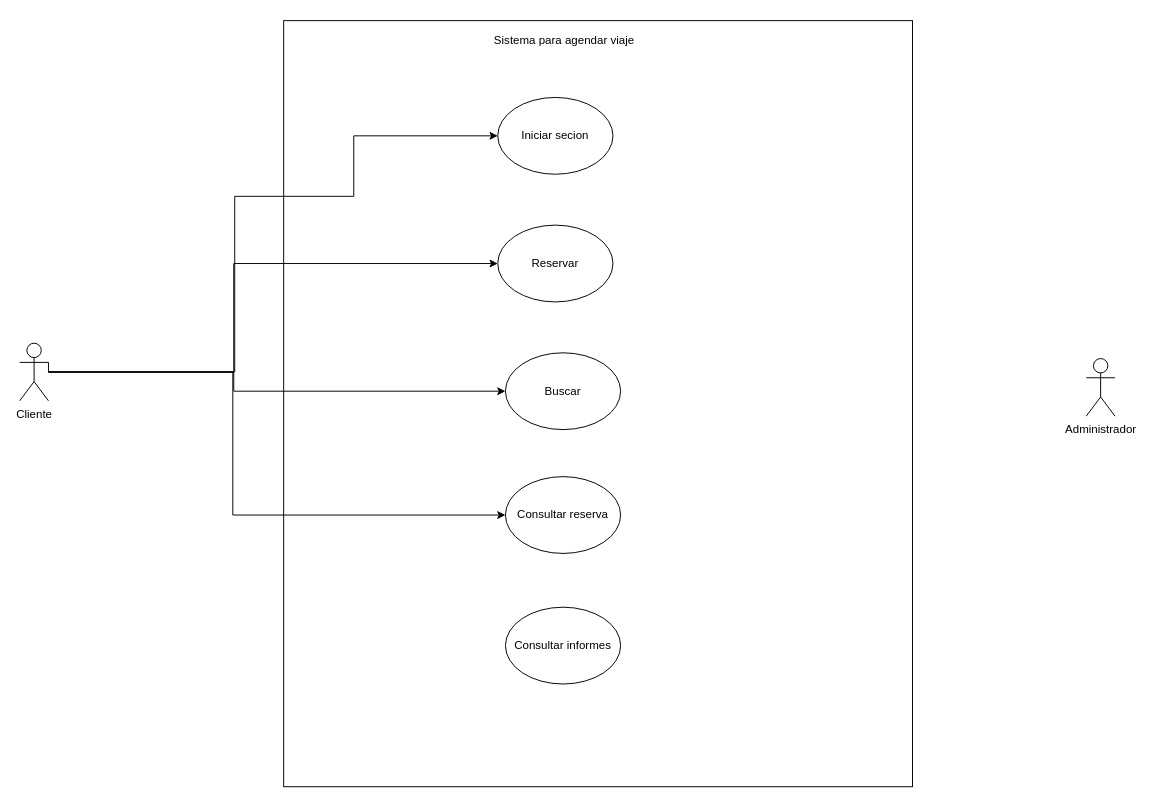
Earlier version of the draw.io diagram modeladoSoftware título.drawio (Mundrack/Base-de-datos). Source tidied: cells renumbered, new cells numbered last; positions are measured from the earlier drawing's top-left corner, leaving out a move shared by most shapes. Both pictures are drawn from the tidied source at 96%, with x=0, y=0 at pixel (19, 20).
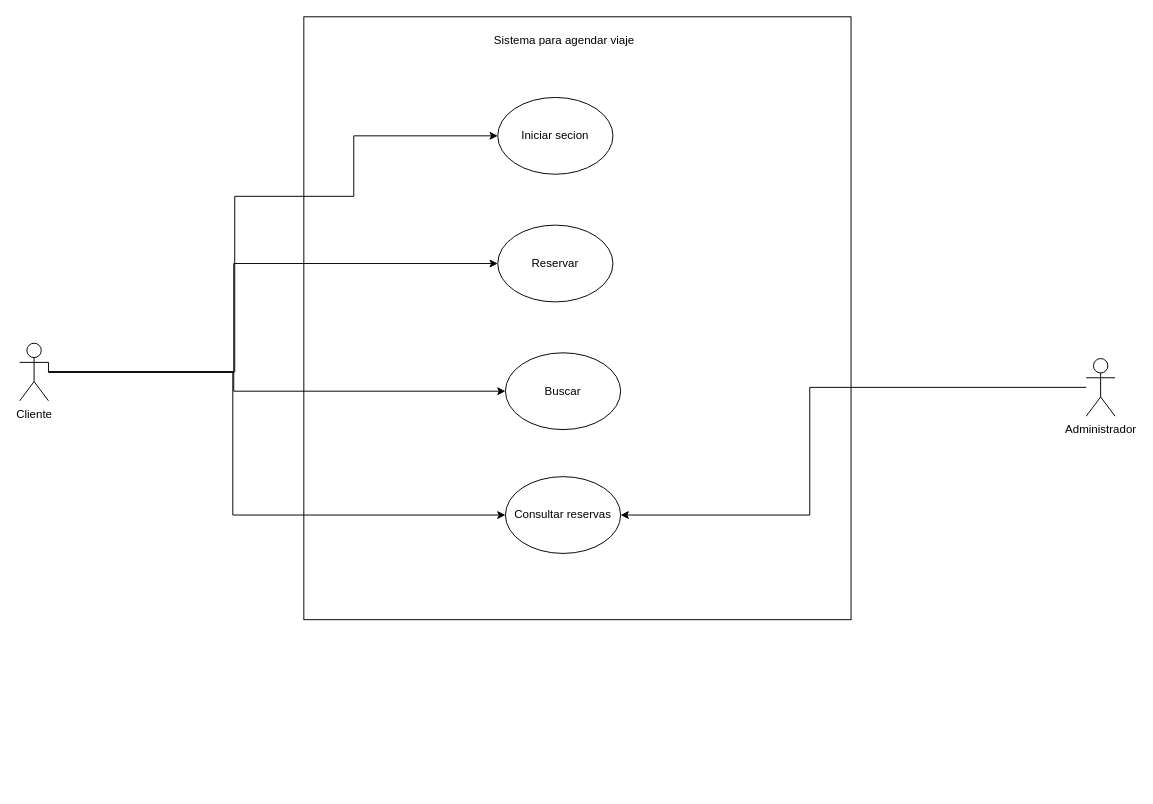
After the change.

Unchanged cells that the change refers to:
```xml
<mxCell id="13" value="Administrador" style="shape=umlActor;verticalLabelPosition=bottom;verticalAlign=top;html=1;outlineConnect=0;" parent="1" vertex="1">
  <mxGeometry x="1111" y="352" width="30" height="60" as="geometry" />
</mxCell>
```

What changed in the source:
```diff
@@
     <mxCell id="2" style="rounded=0;whiteSpace=wrap;html=1;" parent="1" vertex="1">
-      <mxGeometry x="275" width="655" height="798" as="geometry" />
+      <mxGeometry x="296" y="-4" width="570" height="628" as="geometry" />
     </mxCell>
@@
-    <mxCell id="11" value="Consultar reserva" style="ellipse;whiteSpace=wrap;html=1;" parent="1" vertex="1">
+    <mxCell id="11" value="Consultar reservas" style="ellipse;whiteSpace=wrap;html=1;" parent="1" vertex="1">
       <mxGeometry x="506" y="475" width="120" height="80" as="geometry" />
     </mxCell>
-    <mxCell id="12" value="Consultar informes" style="ellipse;whiteSpace=wrap;html=1;" parent="1" vertex="1">
-      <mxGeometry x="506" y="611" width="120" height="80" as="geometry" />
-    </mxCell>
+    <mxCell id="15" style="edgeStyle=orthogonalEdgeStyle;rounded=0;jettySize=auto;html=1;entryX=1;entryY=0.5;entryDx=0;entryDy=0;" parent="1" edge="1" source="13" target="11">
+      <mxGeometry relative="1" as="geometry">
+        <Array as="points">
+          <mxPoint x="823" y="382" />
+          <mxPoint x="823" y="515" />
+        </Array>
+      </mxGeometry>
+    </mxCell>
```
